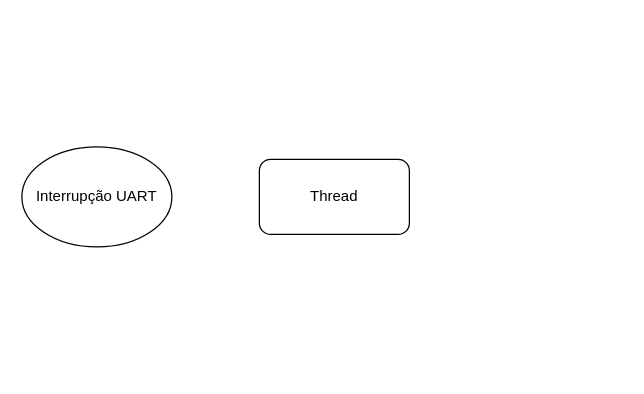
Gabriel-Lido/Elevador keeps this draw.io diagram as Arquitetura/DiagramaElevador.drawio. Above is the earlier version. Source tidied: cells renumbered, new cells numbered last; positions are measured from the earlier drawing's top-left corner, leaving out a move shared by most shapes. Both pictures are drawn from the tidied source at 125%, with x=0, y=0 at pixel (21, 146).
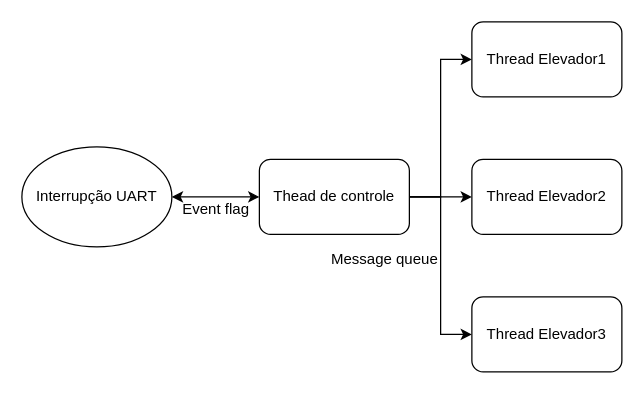
After the change.

Commit message (it also covers changes not shown here):
Adição da arquitetura

The edit, as a diff of the source:
```diff
@@
 <mxGraphModel>
   <root>
     <mxCell id="0" />
     <mxCell id="1" parent="0" />
+    <mxCell id="4" style="edgeStyle=orthogonalEdgeStyle;rounded=0;jettySize=auto;html=1;startArrow=classic;startFill=1;" parent="1" edge="1" source="2" target="3">
+      <mxGeometry relative="1" as="geometry" />
+    </mxCell>
     <mxCell id="2" value="Interrupção UART" style="ellipse;whiteSpace=wrap;html=1;" parent="1" vertex="1">
       <mxGeometry width="120" height="80" as="geometry" />
     </mxCell>
+    <mxCell id="5" style="edgeStyle=orthogonalEdgeStyle;rounded=0;jettySize=auto;html=1;" parent="1" edge="1" source="3" target="10">
+      <mxGeometry relative="1" as="geometry" />
+    </mxCell>
+    <mxCell id="6" style="edgeStyle=orthogonalEdgeStyle;rounded=0;jettySize=auto;html=1;exitX=1;exitY=0.5;exitDx=0;exitDy=0;entryX=0;entryY=0.5;entryDx=0;entryDy=0;" parent="1" edge="1" source="3" target="9">
+      <mxGeometry relative="1" as="geometry" />
+    </mxCell>
+    <mxCell id="7" style="edgeStyle=orthogonalEdgeStyle;rounded=0;jettySize=auto;html=1;exitX=1;exitY=0.5;exitDx=0;exitDy=0;entryX=0;entryY=0.5;entryDx=0;entryDy=0;" parent="1" edge="1" source="3" target="11">
+      <mxGeometry relative="1" as="geometry" />
+    </mxCell>
-    <mxCell id="3" value="Thread" style="rounded=1;whiteSpace=wrap;html=1;" parent="1" vertex="1">
+    <mxCell id="3" value="Thead de controle" style="rounded=1;whiteSpace=wrap;html=1;" parent="1" vertex="1">
       <mxGeometry x="190" y="10" width="120" height="60" as="geometry" />
     </mxCell>
+    <mxCell id="8" value="Event flag" style="text;html=1;align=center;verticalAlign=middle;strokeColor=none;" parent="1" vertex="1">
+      <mxGeometry x="120" y="40" width="70" height="20" as="geometry" />
+    </mxCell>
+    <mxCell id="9" value="Thread Elevador1" style="rounded=1;whiteSpace=wrap;html=1;" parent="1" vertex="1">
+      <mxGeometry x="360" y="-100" width="120" height="60" as="geometry" />
+    </mxCell>
+    <mxCell id="10" value="&lt;span&gt;Thread Elevador2&lt;/span&gt;" style="rounded=1;whiteSpace=wrap;html=1;" parent="1" vertex="1">
+      <mxGeometry x="360" y="10" width="120" height="60" as="geometry" />
+    </mxCell>
+    <mxCell id="11" value="&lt;span&gt;Thread Elevador3&lt;/span&gt;" style="rounded=1;whiteSpace=wrap;html=1;" parent="1" vertex="1">
+      <mxGeometry x="360" y="120" width="120" height="60" as="geometry" />
+    </mxCell>
+    <mxCell id="12" value="Message queue" style="text;html=1;align=center;verticalAlign=middle;strokeColor=none;" parent="1" vertex="1">
+      <mxGeometry x="240" y="80" width="100" height="20" as="geometry" />
+    </mxCell>
   </root>
 </mxGraphModel>
```
